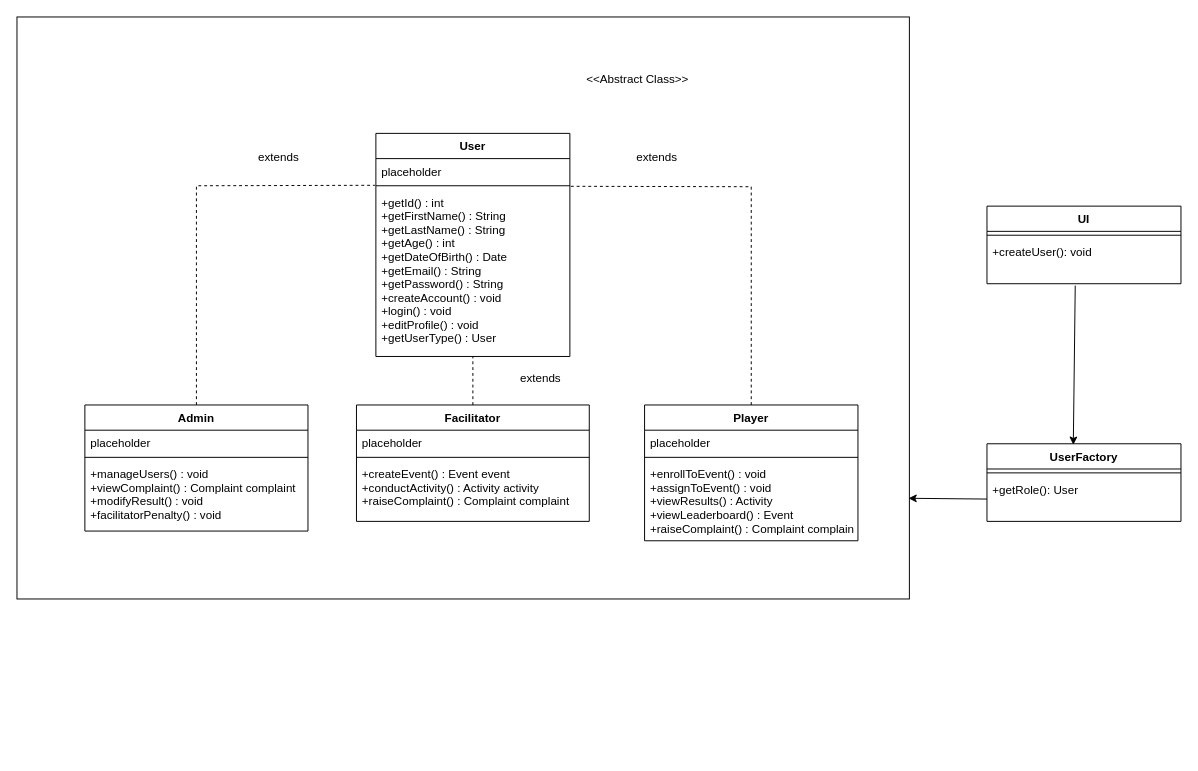
The draw.io diagram Andrei/Factory Pattern diagram.drawio in Leonathal/MSS-ASS, before the edit. Source tidied: cells renumbered, new cells numbered last; positions are measured from the earlier drawing's top-left corner, leaving out a move shared by most shapes. Both pictures are drawn from the tidied source at 97%, with x=0, y=0 at pixel (16, 16).
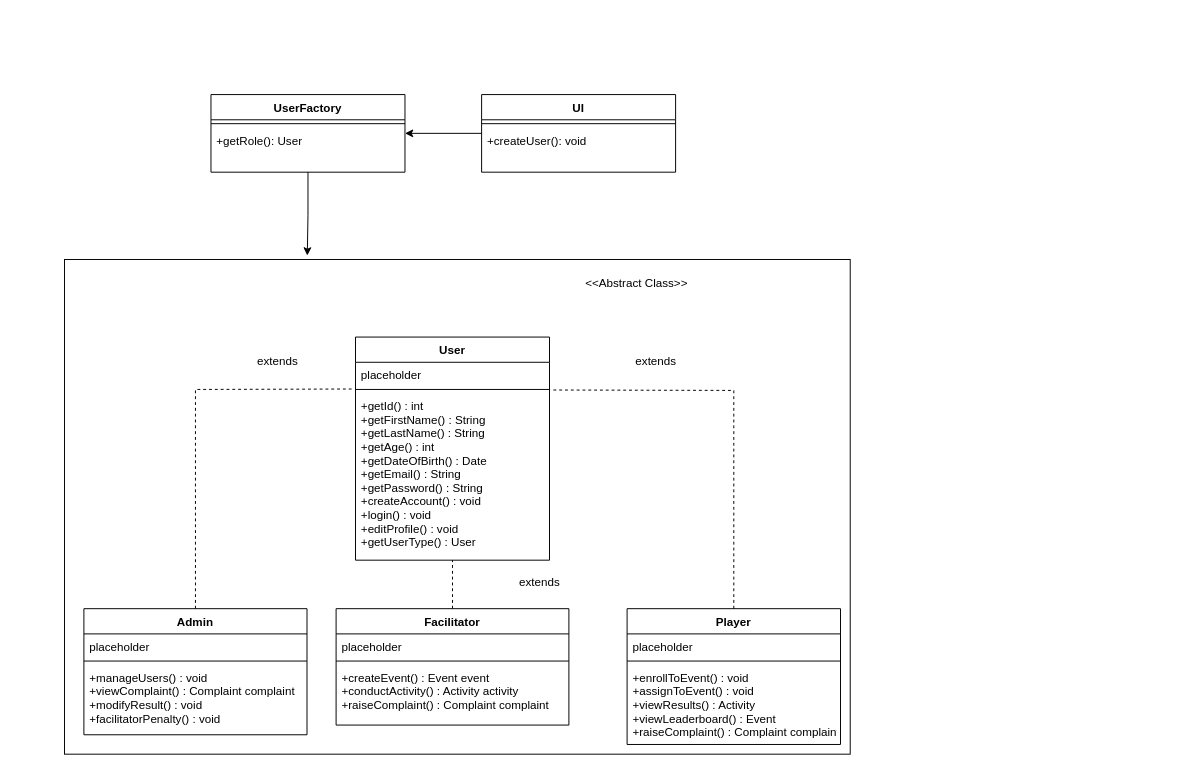
After the change.

Commit message (it also covers changes not shown here):
Updated Factory pattern diagrams

Unchanged cells that the change refers to:
```xml
<mxCell id="6" value="+getId() : int&#10;+getFirstName() : String&#10;+getLastName() : String&#10;+getAge() : int&#10;+getDateOfBirth() : Date&#10;+getEmail() : String&#10;+getPassword() : String&#10;+createAccount() : void&#10;+login() : void&#10;+editProfile() : void&#10;+getUserType() : User" style="text;strokeColor=none;fillColor=none;align=left;verticalAlign=top;spacingLeft=4;spacingRight=4;overflow=hidden;points=[[0,0.5],[1,0.5]];portConstraint=eastwest;" parent="3" vertex="1">
  <mxGeometry y="58" width="200" height="172" as="geometry" />
</mxCell>
<mxCell id="28" value="+getRole(): User" style="text;strokeColor=none;fillColor=none;align=left;verticalAlign=top;spacingLeft=4;spacingRight=4;overflow=hidden;points=[[0,0.5],[1,0.5]];portConstraint=eastwest;" parent="26" vertex="1">
  <mxGeometry y="34" width="200" height="46" as="geometry" />
</mxCell>
<mxCell id="32" value="+createUser(): void" style="text;strokeColor=none;fillColor=none;align=left;verticalAlign=top;spacingLeft=4;spacingRight=4;overflow=hidden;points=[[0,0.5],[1,0.5]];portConstraint=eastwest;" parent="30" vertex="1">
  <mxGeometry y="34" width="200" height="46" as="geometry" />
</mxCell>
```

The edit, as a diff of the source:
```diff
@@
     <mxCell id="2" style="rounded=0;whiteSpace=wrap;html=1;" parent="1" vertex="1">
-      <mxGeometry width="920" height="600" as="geometry" />
+      <mxGeometry x="49" y="250" width="810" height="510" as="geometry" />
     </mxCell>
     <mxCell id="3" value="User" style="swimlane;fontStyle=1;align=center;verticalAlign=top;horizontal=1;startSize=26;" parent="1" vertex="1">
-      <mxGeometry x="370" y="120" width="200" height="230" as="geometry" />
+      <mxGeometry x="349" y="330" width="200" height="230" as="geometry" />
     </mxCell>
@@
     <mxCell id="7" value="Admin" style="swimlane;fontStyle=1;align=center;verticalAlign=top;horizontal=1;startSize=26;" parent="1" vertex="1">
-      <mxGeometry x="70" y="400" width="230" height="130" as="geometry" />
+      <mxGeometry x="69" y="610" width="230" height="130" as="geometry" />
     </mxCell>
@@
     <mxCell id="11" value="Facilitator" style="swimlane;fontStyle=1;align=center;verticalAlign=top;horizontal=1;startSize=26;" parent="1" vertex="1">
-      <mxGeometry x="350" y="400" width="240" height="120" as="geometry" />
+      <mxGeometry x="329" y="610" width="240" height="120" as="geometry" />
     </mxCell>
@@
     <mxCell id="15" value="Player" style="swimlane;fontStyle=1;align=center;verticalAlign=top;horizontal=1;startSize=26;" parent="1" vertex="1">
-      <mxGeometry x="647" y="400" width="220" height="140" as="geometry" />
+      <mxGeometry x="629" y="610" width="220" height="140" as="geometry" />
     </mxCell>
@@
     <mxCell id="19" style="endArrow=none;dashed=1;html=1;rounded=0;exitX=0.5;exitY=0;exitDx=0;exitDy=0;entryX=1.005;entryY=-0.02;entryDx=0;entryDy=0;entryPerimeter=0;" parent="1" edge="1" source="15" target="6">
       <mxGeometry relative="1" as="geometry">
         <Array as="points">
-          <mxPoint x="757" y="175" />
+          <mxPoint x="739" y="385" />
         </Array>
       </mxGeometry>
     </mxCell>
     <mxCell id="20" style="endArrow=none;dashed=1;html=1;rounded=0;exitX=0.5;exitY=0;exitDx=0;exitDy=0;entryX=-0.005;entryY=-0.026;entryDx=0;entryDy=0;entryPerimeter=0;" parent="1" edge="1" source="7" target="6">
       <mxGeometry relative="1" as="geometry">
         <Array as="points">
-          <mxPoint x="185" y="174" />
+          <mxPoint x="184" y="384" />
         </Array>
       </mxGeometry>
     </mxCell>
@@
     <mxCell id="22" value="&amp;lt;&amp;lt;Abstract Class&amp;gt;&amp;gt;" style="text;html=1;strokeColor=none;fillColor=none;align=center;verticalAlign=middle;whiteSpace=wrap;rounded=0;" parent="1" vertex="1">
-      <mxGeometry x="580" y="50" width="120" height="30" as="geometry" />
+      <mxGeometry x="579" y="260" width="120" height="30" as="geometry" />
     </mxCell>
     <mxCell id="23" value="extends" style="text;html=1;strokeColor=none;fillColor=none;align=center;verticalAlign=middle;whiteSpace=wrap;rounded=0;" parent="1" vertex="1">
-      <mxGeometry x="600" y="130" width="120" height="30" as="geometry" />
+      <mxGeometry x="599" y="340" width="120" height="30" as="geometry" />
     </mxCell>
     <mxCell id="24" value="extends" style="text;html=1;strokeColor=none;fillColor=none;align=center;verticalAlign=middle;whiteSpace=wrap;rounded=0;" parent="1" vertex="1">
-      <mxGeometry x="210" y="130" width="120" height="30" as="geometry" />
+      <mxGeometry x="209" y="340" width="120" height="30" as="geometry" />
     </mxCell>
     <mxCell id="25" value="extends" style="text;html=1;strokeColor=none;fillColor=none;align=center;verticalAlign=middle;whiteSpace=wrap;rounded=0;" parent="1" vertex="1">
-      <mxGeometry x="480" y="358" width="120" height="30" as="geometry" />
+      <mxGeometry x="479" y="568" width="120" height="30" as="geometry" />
     </mxCell>
+    <mxCell id="34" style="edgeStyle=orthogonalEdgeStyle;rounded=0;jettySize=auto;html=1;entryX=0.309;entryY=-0.008;entryDx=0;entryDy=0;entryPerimeter=0;" parent="1" edge="1" source="26" target="2">
+      <mxGeometry relative="1" as="geometry" />
+    </mxCell>
     <mxCell id="26" value="UserFactory" style="swimlane;fontStyle=1;align=center;verticalAlign=top;horizontal=1;startSize=26;" parent="1" vertex="1">
-      <mxGeometry x="1000" y="440" width="200" height="80" as="geometry" />
+      <mxGeometry x="200" y="80" width="200" height="80" as="geometry" />
     </mxCell>
@@
-    <mxCell id="29" style="endArrow=classic;html=1;rounded=0;exitX=0;exitY=0.5;exitDx=0;exitDy=0;entryX=0.999;entryY=0.827;entryDx=0;entryDy=0;entryPerimeter=0;" parent="1" edge="1" source="28" target="2">
-      <mxGeometry relative="1" as="geometry" />
-    </mxCell>
+    <mxCell id="35" style="edgeStyle=orthogonalEdgeStyle;rounded=0;jettySize=auto;html=1;entryX=1;entryY=0.13;entryDx=0;entryDy=0;entryPerimeter=0;" parent="1" edge="1" source="30" target="28">
+      <mxGeometry relative="1" as="geometry" />
+    </mxCell>
     <mxCell id="30" value="UI" style="swimlane;fontStyle=1;align=center;verticalAlign=top;horizontal=1;startSize=26;" parent="1" vertex="1">
-      <mxGeometry x="1000" y="195" width="200" height="80" as="geometry" />
+      <mxGeometry x="479" y="80" width="200" height="80" as="geometry" />
     </mxCell>
@@
-    <mxCell id="33" style="endArrow=classic;html=1;rounded=0;exitX=0.455;exitY=1.043;exitDx=0;exitDy=0;entryX=0.445;entryY=0.013;entryDx=0;entryDy=0;entryPerimeter=0;exitPerimeter=0;" parent="1" edge="1" source="32" target="26">
-      <mxGeometry relative="1" as="geometry" />
-    </mxCell>
```
